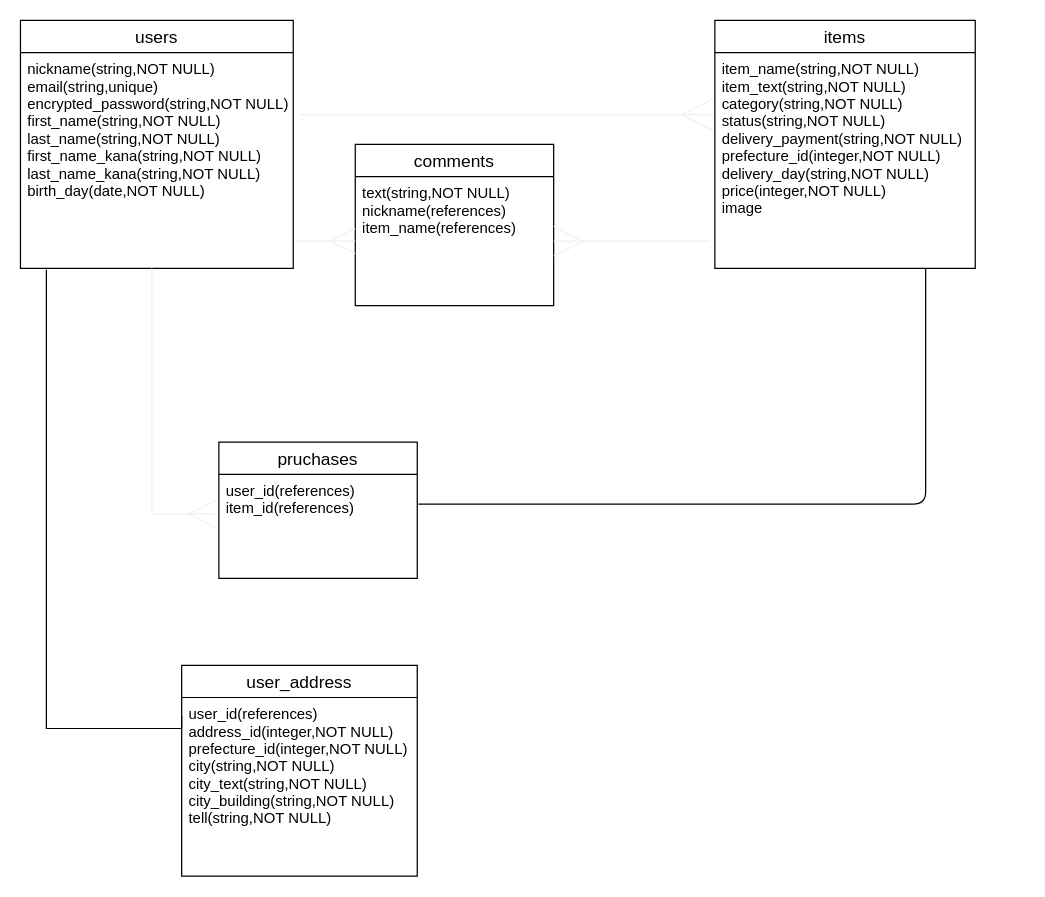
shota-ishi73/furima-34251 keeps this draw.io diagram as ER.dio. Above is the earlier version. Source tidied: cells renumbered, new cells numbered last; positions are measured from the earlier drawing's top-left corner, leaving out a move shared by most shapes. Both pictures are drawn from the tidied source at 124%, with x=0, y=0 at pixel (20, 20).
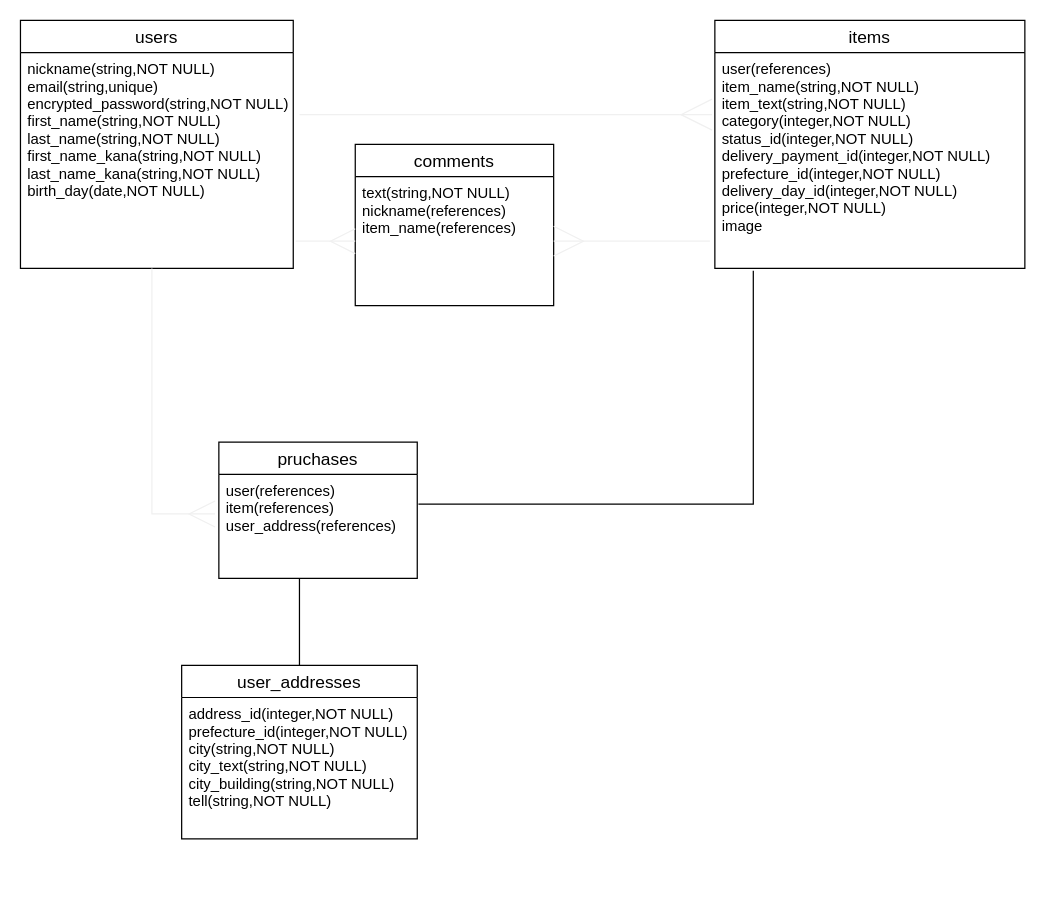
The same page after the edit.

Unchanged cells that the change refers to:
```xml
<mxCell id="3" value="nickname(string,NOT NULL)&#10;email(string,unique)&#10;encrypted_password(string,NOT NULL)&#10;first_name(string,NOT NULL)&#10;last_name(string,NOT NULL)&#10;first_name_kana(string,NOT NULL)&#10;last_name_kana(string,NOT NULL)&#10;birth_day(date,NOT NULL)&#10;" style="text;strokeColor=none;fillColor=none;spacingLeft=4;spacingRight=4;overflow=hidden;points=[[0,0.5],[1,0.5]];portConstraint=eastwest;fontSize=12;" parent="2" vertex="1">
  <mxGeometry y="26" width="220" height="174" as="geometry" />
</mxCell>
<mxCell id="13" value="pruchases" style="swimlane;fontStyle=0;horizontal=1;startSize=26;align=center;fontSize=14;" parent="1" vertex="1">
  <mxGeometry x="160" y="340" width="160" height="110" as="geometry" />
</mxCell>
```

The edit, as a diff of the source:
```diff
@@
     <mxCell id="4" value="items" style="swimlane;fontStyle=0;horizontal=1;startSize=26;align=center;fontSize=14;" parent="1" vertex="1">
-      <mxGeometry x="560" width="210" height="200" as="geometry" />
+      <mxGeometry x="560" width="250" height="200" as="geometry" />
     </mxCell>
-    <mxCell id="5" value="item_name(string,NOT NULL)&#10;item_text(string,NOT NULL)&#10;category(string,NOT NULL)&#10;status(string,NOT NULL)&#10;delivery_payment(string,NOT NULL)&#10;prefecture_id(integer,NOT NULL)&#10;delivery_day(string,NOT NULL)&#10;price(integer,NOT NULL)&#10;image" style="text;strokeColor=none;fillColor=none;spacingLeft=4;spacingRight=4;overflow=hidden;points=[[0,0.5],[1,0.5]];portConstraint=eastwest;fontSize=12;" parent="4" vertex="1">
-      <mxGeometry y="26" width="210" height="174" as="geometry" />
+    <mxCell id="5" value="user(references)&#10;item_name(string,NOT NULL)&#10;item_text(string,NOT NULL)&#10;category(integer,NOT NULL)&#10;status_id(integer,NOT NULL)&#10;delivery_payment_id(integer,NOT NULL)&#10;prefecture_id(integer,NOT NULL)&#10;delivery_day_id(integer,NOT NULL)&#10;price(integer,NOT NULL)&#10;image" style="text;strokeColor=none;fillColor=none;spacingLeft=4;spacingRight=4;overflow=hidden;points=[[0,0.5],[1,0.5]];portConstraint=eastwest;fontSize=12;" parent="4" vertex="1">
+      <mxGeometry y="26" width="250" height="174" as="geometry" />
     </mxCell>
@@
-    <mxCell id="11" value="user_address" style="swimlane;fontStyle=0;horizontal=1;startSize=26;align=center;fontSize=14;strokeWidth=1;" parent="1" vertex="1">
-      <mxGeometry x="130" y="520" width="190" height="170" as="geometry" />
+    <mxCell id="11" value="user_addresses" style="swimlane;fontStyle=0;horizontal=1;startSize=26;align=center;fontSize=14;strokeWidth=1;" parent="1" vertex="1">
+      <mxGeometry x="130" y="520" width="190" height="140" as="geometry" />
     </mxCell>
-    <mxCell id="12" value="user_id(references)&#10;address_id(integer,NOT NULL)&#10;prefecture_id(integer,NOT NULL)&#10;city(string,NOT NULL)&#10;city_text(string,NOT NULL)&#10;city_building(string,NOT NULL)&#10;tell(string,NOT NULL)&#10;" style="text;strokeColor=none;fillColor=none;spacingLeft=4;spacingRight=4;overflow=hidden;points=[[0,0.5],[1,0.5]];portConstraint=eastwest;fontSize=12;" parent="11" vertex="1">
-      <mxGeometry y="26" width="190" height="144" as="geometry" />
+    <mxCell id="12" value="address_id(integer,NOT NULL)&#10;prefecture_id(integer,NOT NULL)&#10;city(string,NOT NULL)&#10;city_text(string,NOT NULL)&#10;city_building(string,NOT NULL)&#10;tell(string,NOT NULL)&#10;" style="text;strokeColor=none;fillColor=none;spacingLeft=4;spacingRight=4;overflow=hidden;points=[[0,0.5],[1,0.5]];portConstraint=eastwest;fontSize=12;" parent="11" vertex="1">
+      <mxGeometry y="26" width="190" height="114" as="geometry" />
     </mxCell>
@@
-    <mxCell id="14" value="user_id(references)&#10;item_id(references)" style="text;strokeColor=none;fillColor=none;spacingLeft=4;spacingRight=4;overflow=hidden;points=[[0,0.5],[1,0.5]];portConstraint=eastwest;fontSize=12;" parent="13" vertex="1">
+    <mxCell id="14" value="user(references)&#10;item(references)&#10;user_address(references)" style="text;strokeColor=none;fillColor=none;spacingLeft=4;spacingRight=4;overflow=hidden;points=[[0,0.5],[1,0.5]];portConstraint=eastwest;fontSize=12;" parent="13" vertex="1">
       <mxGeometry y="26" width="160" height="84" as="geometry" />
     </mxCell>
-    <mxCell id="15" style="edgeStyle=elbowEdgeStyle;fontSize=12;html=1;endArrow=none;endFill=0;entryX=0.81;entryY=1;entryDx=0;entryDy=0;entryPerimeter=0;exitX=1.006;exitY=0.286;exitDx=0;exitDy=0;exitPerimeter=0;" parent="1" edge="1" source="14" target="5">
+    <mxCell id="15" style="edgeStyle=elbowEdgeStyle;fontSize=12;html=1;endArrow=none;endFill=0;entryX=0.124;entryY=1.011;entryDx=0;entryDy=0;entryPerimeter=0;exitX=1.006;exitY=0.286;exitDx=0;exitDy=0;exitPerimeter=0;rounded=0;" parent="1" edge="1" source="14" target="5">
       <mxGeometry relative="1" as="geometry">
         <Array as="points">
-          <mxPoint x="730" y="280" />
+          <mxPoint x="591" y="300" />
         </Array>
       </mxGeometry>
     </mxCell>
@@
-    <mxCell id="17" style="endArrow=none;html=1;rounded=0;edgeStyle=orthogonalEdgeStyle;entryX=0;entryY=0.104;entryDx=0;entryDy=0;entryPerimeter=0;exitX=0.095;exitY=1.006;exitDx=0;exitDy=0;exitPerimeter=0;" parent="1" edge="1" source="3" target="12">
+    <mxCell id="17" style="endArrow=none;html=1;rounded=0;edgeStyle=orthogonalEdgeStyle;entryX=0.5;entryY=0;entryDx=0;entryDy=0;" parent="1" edge="1" target="11">
       <mxGeometry relative="1" as="geometry">
+        <mxPoint x="225" y="450" as="sourcePoint" />
         <Array as="points">
-          <mxPoint x="21" y="571" />
+          <mxPoint x="225" y="490" />
+          <mxPoint x="225" y="490" />
         </Array>
       </mxGeometry>
     </mxCell>
```
